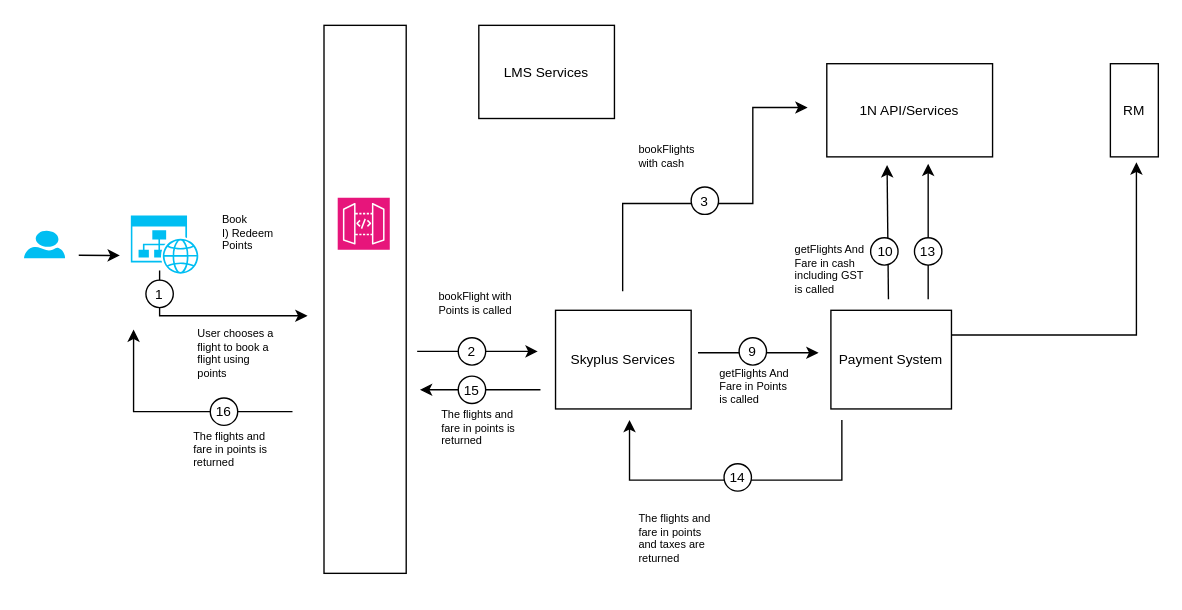
Earlier version of the draw.io diagram page "Book" (2 of 2) of Redeem_Points_Flow.drawio (nchauhan4/drawings). Source tidied: cells renumbered, new cells numbered last; positions are measured from the earlier drawing's top-left corner, leaving out a move shared by most shapes. Both pictures are drawn from the tidied source at 137%, with x=0, y=0 at pixel (23, 25).
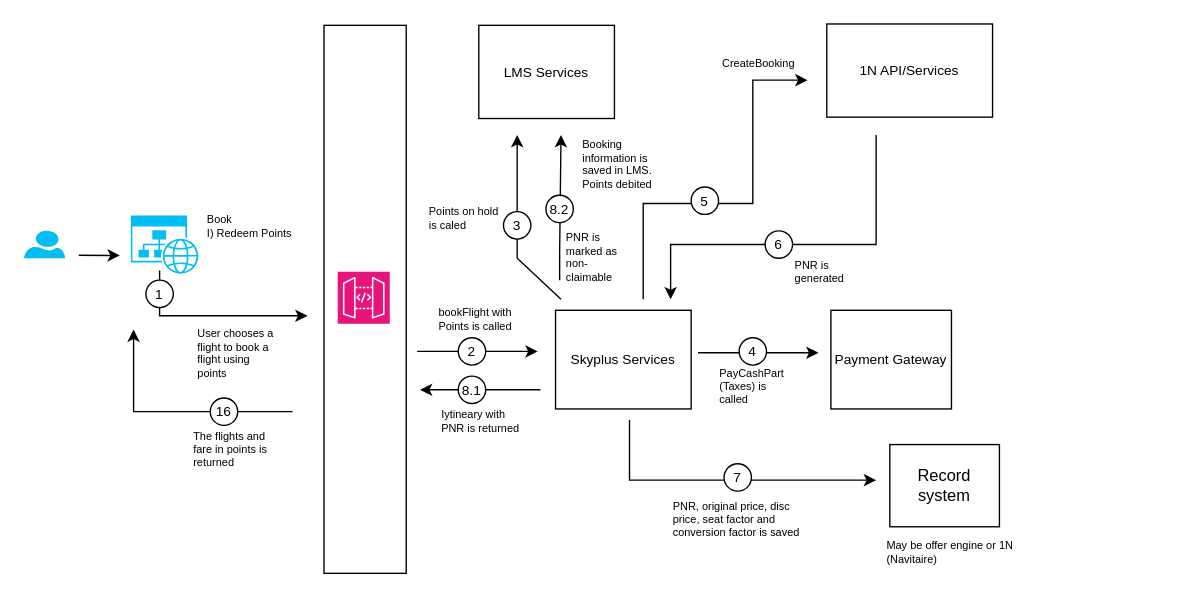
The same page after the edit.

Diff of the diagram source:
```diff
@@
-    <mxCell id="2" style="endArrow=classic;html=1;rounded=0;" parent="1" edge="1">
-      <mxGeometry relative="1" as="geometry">
-        <mxPoint x="631" y="200" as="sourcePoint" />
-        <mxPoint x="630" y="102" as="targetPoint" />
-      </mxGeometry>
-    </mxCell>
@@
     <mxCell id="6" style="sketch=0;fontColor=#232F3E;fillColor=#E7157B;strokeColor=#ffffff;dashed=0;verticalLabelPosition=bottom;verticalAlign=top;align=center;html=1;fontSize=12;fontStyle=0;shape=mxgraph.aws4.resourceIcon;resIcon=mxgraph.aws4.api_gateway;" parent="1" vertex="1">
-      <mxGeometry x="229" y="125.8" width="38" height="38" as="geometry" />
+      <mxGeometry x="229" y="179.8" width="38" height="38" as="geometry" />
     </mxCell>
@@
     <mxCell id="8" value="Book&lt;br&gt;I) Redeem Points" style="text;html=1;strokeColor=none;fillColor=none;align=left;verticalAlign=top;whiteSpace=wrap;rounded=0;fontSize=8;" parent="1" vertex="1">
-      <mxGeometry x="142.5" y="131" width="58.5" height="47" as="geometry" />
+      <mxGeometry x="132" y="131" width="69" height="47" as="geometry" />
     </mxCell>
@@
-    <mxCell id="15" value="&lt;font style=&quot;font-size: 10px;&quot;&gt;Payment System&lt;/font&gt;" style="rounded=0;whiteSpace=wrap;html=1;" parent="1" vertex="1">
+    <mxCell id="15" value="&lt;font style=&quot;font-size: 10px;&quot;&gt;Payment Gateway&lt;/font&gt;" style="rounded=0;whiteSpace=wrap;html=1;" parent="1" vertex="1">
       <mxGeometry x="589" y="208" width="88" height="72" as="geometry" />
     </mxCell>
     <mxCell id="16" value="&lt;font style=&quot;font-size: 10px;&quot;&gt;1N API/Services&lt;/font&gt;" style="rounded=0;whiteSpace=wrap;html=1;" parent="1" vertex="1">
-      <mxGeometry x="586" y="28" width="121" height="68" as="geometry" />
+      <mxGeometry x="586" y="-1" width="121" height="68" as="geometry" />
     </mxCell>
@@
-    <mxCell id="19" value="&lt;span style=&quot;font-size: 10px;&quot;&gt;9&lt;/span&gt;" style="text;html=1;strokeColor=none;fillColor=none;align=center;verticalAlign=middle;whiteSpace=wrap;rounded=0;" parent="1" vertex="1">
+    <mxCell id="19" value="&lt;span style=&quot;font-size: 10px;&quot;&gt;4&lt;/span&gt;" style="text;html=1;strokeColor=none;fillColor=none;align=center;verticalAlign=middle;whiteSpace=wrap;rounded=0;" parent="1" vertex="1">
       <mxGeometry x="517" y="228" width="30" height="20" as="geometry" />
     </mxCell>
-    <mxCell id="20" value="getFlights And Fare in cash including GST is called" style="text;html=1;strokeColor=none;fillColor=none;align=left;verticalAlign=top;whiteSpace=wrap;rounded=0;fontSize=8;" parent="1" vertex="1">
-      <mxGeometry x="561" y="152.5" width="58.5" height="33" as="geometry" />
-    </mxCell>
@@
     <mxCell id="24" value="bookFlight with Points is called" style="text;html=1;strokeColor=none;fillColor=none;align=left;verticalAlign=top;whiteSpace=wrap;rounded=0;fontSize=8;" parent="1" vertex="1">
-      <mxGeometry x="300.8" y="187" width="58.5" height="33" as="geometry" />
+      <mxGeometry x="300.8" y="199" width="58.5" height="33" as="geometry" />
     </mxCell>
-    <mxCell id="25" style="endArrow=classic;html=1;rounded=0;" parent="1" edge="1">
-      <mxGeometry relative="1" as="geometry">
-        <mxPoint x="660" y="200" as="sourcePoint" />
-        <mxPoint x="660" y="101" as="targetPoint" />
-        <Array as="points">
-          <mxPoint x="660" y="156" />
-        </Array>
-      </mxGeometry>
-    </mxCell>
-    <mxCell id="26" value="&lt;font style=&quot;font-size: 10px;&quot;&gt;RM&lt;/font&gt;" style="rounded=0;whiteSpace=wrap;html=1;" parent="1" vertex="1">
-      <mxGeometry x="793" y="28" width="35" height="68" as="geometry" />
-    </mxCell>
-    <mxCell id="27" style="ellipse;whiteSpace=wrap;html=1;" parent="1" vertex="1">
-      <mxGeometry x="618" y="155" width="20" height="20" as="geometry" />
-    </mxCell>
-    <mxCell id="28" value="&lt;span style=&quot;font-size: 10px;&quot;&gt;10&lt;/span&gt;" style="text;html=1;strokeColor=none;fillColor=none;align=center;verticalAlign=middle;whiteSpace=wrap;rounded=0;" parent="1" vertex="1">
-      <mxGeometry x="614" y="155" width="30" height="20" as="geometry" />
-    </mxCell>
-    <mxCell id="29" value="getFlights And Fare in Points is called" style="text;html=1;strokeColor=none;fillColor=none;align=left;verticalAlign=top;whiteSpace=wrap;rounded=0;fontSize=8;" parent="1" vertex="1">
+    <mxCell id="29" value="PayCashPart (Taxes) is called" style="text;html=1;strokeColor=none;fillColor=none;align=left;verticalAlign=top;whiteSpace=wrap;rounded=0;fontSize=8;" parent="1" vertex="1">
       <mxGeometry x="505.8" y="243" width="58.5" height="33" as="geometry" />
     </mxCell>
-    <mxCell id="30" style="ellipse;whiteSpace=wrap;html=1;" parent="1" vertex="1">
-      <mxGeometry x="650" y="155" width="20" height="20" as="geometry" />
-    </mxCell>
-    <mxCell id="31" value="&lt;span style=&quot;font-size: 10px;&quot;&gt;13&lt;/span&gt;" style="text;html=1;strokeColor=none;fillColor=none;align=center;verticalAlign=middle;whiteSpace=wrap;rounded=0;" parent="1" vertex="1">
-      <mxGeometry x="645" y="155" width="30" height="20" as="geometry" />
-    </mxCell>
     <mxCell id="32" style="endArrow=classic;html=1;rounded=0;" parent="1" edge="1">
       <mxGeometry relative="1" as="geometry">
-        <mxPoint x="597" y="288" as="sourcePoint" />
-        <mxPoint x="442" y="288" as="targetPoint" />
+        <mxPoint x="442" y="288" as="sourcePoint" />
+        <mxPoint x="622" y="332" as="targetPoint" />
         <Array as="points">
+          <mxPoint x="442" y="332" />
           <mxPoint x="597" y="332" />
-          <mxPoint x="442" y="332" />
         </Array>
       </mxGeometry>
     </mxCell>
@@
-    <mxCell id="34" value="&lt;font style=&quot;font-size: 10px;&quot;&gt;14&lt;/font&gt;" style="text;html=1;strokeColor=none;fillColor=none;align=center;verticalAlign=middle;whiteSpace=wrap;rounded=0;" parent="1" vertex="1">
+    <mxCell id="34" value="&lt;font style=&quot;font-size: 10px;&quot;&gt;7&lt;/font&gt;" style="text;html=1;strokeColor=none;fillColor=none;align=center;verticalAlign=middle;whiteSpace=wrap;rounded=0;" parent="1" vertex="1">
       <mxGeometry x="506" y="320" width="30" height="20" as="geometry" />
     </mxCell>
-    <mxCell id="35" value="The flights and fare in points&amp;nbsp; and taxes are returned" style="text;html=1;strokeColor=none;fillColor=none;align=left;verticalAlign=top;whiteSpace=wrap;rounded=0;fontSize=8;" parent="1" vertex="1">
-      <mxGeometry x="446.5" y="348.5" width="58.5" height="33" as="geometry" />
+    <mxCell id="35" value="PNR, original price, disc price, seat factor and conversion factor is saved" style="text;html=1;strokeColor=none;fillColor=none;align=left;verticalAlign=top;whiteSpace=wrap;rounded=0;fontSize=8;" parent="1" vertex="1">
+      <mxGeometry x="472" y="340" width="97.5" height="40" as="geometry" />
     </mxCell>
@@
-    <mxCell id="38" value="&lt;font style=&quot;font-size: 10px;&quot;&gt;15&lt;/font&gt;" style="text;html=1;strokeColor=none;fillColor=none;align=center;verticalAlign=middle;whiteSpace=wrap;rounded=0;" parent="1" vertex="1">
+    <mxCell id="38" value="&lt;font style=&quot;font-size: 10px;&quot;&gt;8.1&lt;/font&gt;" style="text;html=1;strokeColor=none;fillColor=none;align=center;verticalAlign=middle;whiteSpace=wrap;rounded=0;" parent="1" vertex="1">
       <mxGeometry x="312" y="256" width="30" height="20" as="geometry" />
     </mxCell>
-    <mxCell id="39" value="The flights and fare in points is returned" style="text;html=1;strokeColor=none;fillColor=none;align=left;verticalAlign=top;whiteSpace=wrap;rounded=0;fontSize=8;" parent="1" vertex="1">
+    <mxCell id="39" value="Iytineary with PNR is returned" style="text;html=1;strokeColor=none;fillColor=none;align=left;verticalAlign=top;whiteSpace=wrap;rounded=0;fontSize=8;" parent="1" vertex="1">
       <mxGeometry x="302.8" y="273" width="58.5" height="33" as="geometry" />
     </mxCell>
@@
-    <mxCell id="44" style="endArrow=classic;html=1;rounded=0;entryX=1;entryY=0.25;entryDx=0;entryDy=0;exitX=1;exitY=0.25;exitDx=0;exitDy=0;" parent="1" edge="1" source="15">
-      <mxGeometry relative="1" as="geometry">
-        <mxPoint x="812" y="100" as="targetPoint" />
-        <Array as="points">
-          <mxPoint x="812" y="226" />
-        </Array>
-      </mxGeometry>
-    </mxCell>
     <mxCell id="45" style="endArrow=classic;html=1;rounded=0;" parent="1" edge="1">
       <mxGeometry relative="1" as="geometry">
-        <mxPoint x="437" y="194" as="sourcePoint" />
-        <mxPoint x="572" y="60" as="targetPoint" />
+        <mxPoint x="452" y="200" as="sourcePoint" />
+        <mxPoint x="572" y="40" as="targetPoint" />
         <Array as="points">
-          <mxPoint x="437" y="130" />
+          <mxPoint x="452" y="160" />
+          <mxPoint x="452" y="130" />
           <mxPoint x="532" y="130" />
-          <mxPoint x="532" y="60" />
+          <mxPoint x="532" y="40" />
         </Array>
       </mxGeometry>
     </mxCell>
@@
-    <mxCell id="47" value="&lt;font style=&quot;font-size: 10px;&quot;&gt;3&lt;/font&gt;" style="text;html=1;strokeColor=none;fillColor=none;align=center;verticalAlign=middle;whiteSpace=wrap;rounded=0;" parent="1" vertex="1">
+    <mxCell id="47" value="&lt;font style=&quot;font-size: 10px;&quot;&gt;5&lt;/font&gt;" style="text;html=1;strokeColor=none;fillColor=none;align=center;verticalAlign=middle;whiteSpace=wrap;rounded=0;" parent="1" vertex="1">
       <mxGeometry x="482" y="118" width="30" height="20" as="geometry" />
     </mxCell>
-    <mxCell id="48" value="bookFlights with cash" style="text;html=1;strokeColor=none;fillColor=none;align=left;verticalAlign=top;whiteSpace=wrap;rounded=0;fontSize=8;" parent="1" vertex="1">
-      <mxGeometry x="446.5" y="80" width="58.5" height="33" as="geometry" />
+    <mxCell id="48" value="CreateBooking" style="text;html=1;strokeColor=none;fillColor=none;align=left;verticalAlign=top;whiteSpace=wrap;rounded=0;fontSize=8;" parent="1" vertex="1">
+      <mxGeometry x="507.5" y="16.5" width="58.5" height="33" as="geometry" />
     </mxCell>
+    <mxCell id="49" style="endArrow=classic;html=1;rounded=0;" parent="1" edge="1">
+      <mxGeometry relative="1" as="geometry">
+        <mxPoint x="622" y="80" as="sourcePoint" />
+        <mxPoint x="472" y="200" as="targetPoint" />
+        <Array as="points">
+          <mxPoint x="622" y="160" />
+          <mxPoint x="472" y="160" />
+        </Array>
+      </mxGeometry>
+    </mxCell>
+    <mxCell id="50" style="ellipse;whiteSpace=wrap;html=1;" parent="1" vertex="1">
+      <mxGeometry x="541" y="150" width="20" height="20" as="geometry" />
+    </mxCell>
+    <mxCell id="51" value="&lt;font style=&quot;font-size: 10px;&quot;&gt;6&lt;/font&gt;" style="text;html=1;strokeColor=none;fillColor=none;align=center;verticalAlign=middle;whiteSpace=wrap;rounded=0;" parent="1" vertex="1">
+      <mxGeometry x="536" y="150" width="30" height="20" as="geometry" />
+    </mxCell>
+    <mxCell id="52" value="PNR is generated" style="text;html=1;strokeColor=none;fillColor=none;align=left;verticalAlign=top;whiteSpace=wrap;rounded=0;fontSize=8;" parent="1" vertex="1">
+      <mxGeometry x="561" y="163.8" width="58.5" height="33" as="geometry" />
+    </mxCell>
+    <mxCell id="53" value="Record system" style="rounded=0;whiteSpace=wrap;html=1;" parent="1" vertex="1">
+      <mxGeometry x="632" y="306" width="80" height="60" as="geometry" />
+    </mxCell>
+    <mxCell id="54" value="May be offer engine or 1N (Navitaire)" style="text;html=1;strokeColor=none;fillColor=none;align=left;verticalAlign=top;whiteSpace=wrap;rounded=0;fontSize=8;" parent="1" vertex="1">
+      <mxGeometry x="628" y="369" width="97.5" height="40" as="geometry" />
+    </mxCell>
+    <mxCell id="55" style="endArrow=classic;html=1;rounded=0;" parent="1" edge="1">
+      <mxGeometry relative="1" as="geometry">
+        <mxPoint x="392" y="200" as="sourcePoint" />
+        <mxPoint x="360" y="80" as="targetPoint" />
+        <Array as="points">
+          <mxPoint x="360" y="170" />
+        </Array>
+      </mxGeometry>
+    </mxCell>
+    <mxCell id="56" value="Booking information is saved in LMS. Points debited" style="text;html=1;strokeColor=none;fillColor=none;align=left;verticalAlign=top;whiteSpace=wrap;rounded=0;fontSize=8;" parent="1" vertex="1">
+      <mxGeometry x="406" y="75.8" width="66" height="60.2" as="geometry" />
+    </mxCell>
+    <mxCell id="57" style="endArrow=classic;html=1;rounded=0;" parent="1" edge="1">
+      <mxGeometry relative="1" as="geometry">
+        <mxPoint x="391" y="186" as="sourcePoint" />
+        <mxPoint x="392" y="80" as="targetPoint" />
+        <Array as="points">
+          <mxPoint x="391" y="166" />
+        </Array>
+      </mxGeometry>
+    </mxCell>
+    <mxCell id="58" style="ellipse;whiteSpace=wrap;html=1;" parent="1" vertex="1">
+      <mxGeometry x="381" y="124" width="20" height="20" as="geometry" />
+    </mxCell>
+    <mxCell id="59" value="&lt;font style=&quot;font-size: 10px;&quot;&gt;8.2&lt;/font&gt;" style="text;html=1;strokeColor=none;fillColor=none;align=center;verticalAlign=middle;whiteSpace=wrap;rounded=0;" parent="1" vertex="1">
+      <mxGeometry x="376" y="124" width="30" height="20" as="geometry" />
+    </mxCell>
+    <mxCell id="60" style="ellipse;whiteSpace=wrap;html=1;" parent="1" vertex="1">
+      <mxGeometry x="350" y="136" width="20" height="20" as="geometry" />
+    </mxCell>
+    <mxCell id="61" value="&lt;font style=&quot;font-size: 10px;&quot;&gt;3&lt;/font&gt;" style="text;html=1;strokeColor=none;fillColor=none;align=center;verticalAlign=middle;whiteSpace=wrap;rounded=0;" parent="1" vertex="1">
+      <mxGeometry x="345" y="136" width="30" height="20" as="geometry" />
+    </mxCell>
+    <mxCell id="62" value="Points on hold is caled" style="text;html=1;strokeColor=none;fillColor=none;align=left;verticalAlign=top;whiteSpace=wrap;rounded=0;fontSize=8;" parent="1" vertex="1">
+      <mxGeometry x="293.8" y="125" width="58.5" height="33" as="geometry" />
+    </mxCell>
+    <mxCell id="63" value="PNR is marked as non-claimable" style="text;html=1;strokeColor=none;fillColor=none;align=left;verticalAlign=top;whiteSpace=wrap;rounded=0;fontSize=8;" parent="1" vertex="1">
+      <mxGeometry x="394" y="144" width="45.1" height="60.2" as="geometry" />
+    </mxCell>
```
